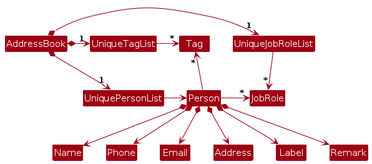
Earlier version of the PlantUML export diagrams/BetterModelClassDiagram.png (AY2425S2-CS2103T-T16-3/tp). Its source is kept beside it as diagrams/BetterModelClassDiagram.puml.
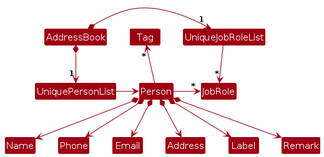
The same diagram one commit later.

Diff of the diagram source:
```diff
@@ -6,11 +6,7 @@
 
 AddressBook *-right-> "1" UniqueJobRoleList
 AddressBook *-right-> "1" UniquePersonList
-AddressBook *-right-> "1" UniqueTagList
-UniqueTagList -[hidden]down- UniquePersonList
-UniqueTagList -[hidden]down- UniquePersonList
 
-UniqueTagList -right-> "*" Tag
 UniquePersonList -right-> Person
 UniqueJobRoleList -down-> "*" JobRole
 
```
